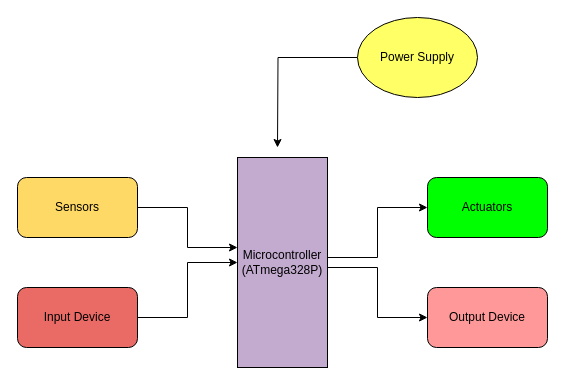
Before: Project/2_Design/Block Diagram.drawio in gauravyoyoyo/M2-EmbSys, a draw.io diagram. Source tidied: cells renumbered, new cells numbered last; positions are measured from the earlier drawing's top-left corner, leaving out a move shared by most shapes. Both pictures are drawn from the tidied source at 100%, with x=0, y=0 at pixel (17, 17).
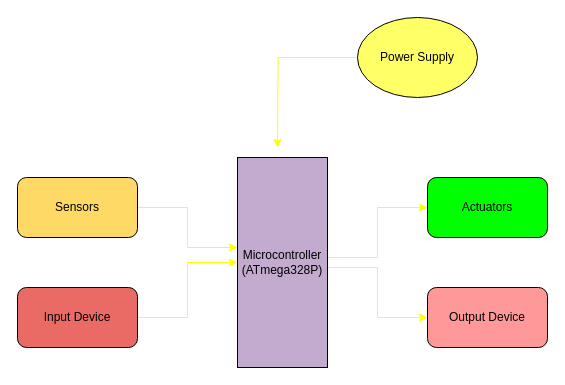
The same page after the edit.

Diff of the diagram source:
```diff
@@
 <mxGraphModel>
   <root>
     <mxCell id="0" />
     <mxCell id="1" parent="0" />
-    <mxCell id="2" style="edgeStyle=orthogonalEdgeStyle;rounded=0;jettySize=auto;html=1;" parent="1" edge="1" source="4" target="10">
+    <mxCell id="2" style="edgeStyle=orthogonalEdgeStyle;rounded=0;jettySize=auto;html=1;strokeColor=#FFFF00;" parent="1" edge="1" source="4" target="10">
       <mxGeometry relative="1" as="geometry">
         <Array as="points">
           <mxPoint x="360" y="250" />
           <mxPoint x="360" y="300" />
         </Array>
       </mxGeometry>
     </mxCell>
-    <mxCell id="3" style="edgeStyle=orthogonalEdgeStyle;rounded=0;jettySize=auto;html=1;entryX=0;entryY=0.5;entryDx=0;entryDy=0;" parent="1" edge="1" source="4" target="7">
+    <mxCell id="3" style="edgeStyle=orthogonalEdgeStyle;rounded=0;jettySize=auto;html=1;entryX=0;entryY=0.5;entryDx=0;entryDy=0;strokeColor=#FFFF00;" parent="1" edge="1" source="4" target="7">
       <mxGeometry relative="1" as="geometry">
         <Array as="points">
           <mxPoint x="360" y="240" />
           <mxPoint x="360" y="190" />
         </Array>
       </mxGeometry>
     </mxCell>
     <mxCell id="4" value="Microcontroller&lt;br&gt;(ATmega328P)" style="rounded=0;whiteSpace=wrap;html=1;direction=south;fillColor=#C3ABD0;" parent="1" vertex="1">
       <mxGeometry x="220" y="140" width="90" height="210" as="geometry" />
     </mxCell>
-    <mxCell id="5" style="edgeStyle=orthogonalEdgeStyle;rounded=0;jettySize=auto;html=1;" parent="1" edge="1" source="6" target="4">
+    <mxCell id="5" style="edgeStyle=orthogonalEdgeStyle;rounded=0;jettySize=auto;html=1;fillColor=#FFFF00;strokeColor=#FFFF00;" parent="1" edge="1" source="6" target="4">
       <mxGeometry relative="1" as="geometry">
         <Array as="points">
           <mxPoint x="170" y="190" />
           <mxPoint x="170" y="230" />
         </Array>
       </mxGeometry>
     </mxCell>
     <mxCell id="6" value="Sensors" style="rounded=1;whiteSpace=wrap;html=1;fillColor=#FFD966;" parent="1" vertex="1">
       <mxGeometry y="160" width="120" height="60" as="geometry" />
     </mxCell>
     <mxCell id="7" value="Actuators" style="rounded=1;whiteSpace=wrap;html=1;fillColor=#00FF00;" parent="1" vertex="1">
       <mxGeometry x="410" y="160" width="120" height="60" as="geometry" />
     </mxCell>
-    <mxCell id="8" style="edgeStyle=orthogonalEdgeStyle;rounded=0;jettySize=auto;html=1;" parent="1" edge="1" source="9" target="4">
+    <mxCell id="8" style="edgeStyle=orthogonalEdgeStyle;rounded=0;jettySize=auto;html=1;fillColor=#FFFFFF;strokeColor=#FFFF00;" parent="1" edge="1" source="9" target="4">
       <mxGeometry relative="1" as="geometry" />
     </mxCell>
     <mxCell id="9" value="Input Device" style="rounded=1;whiteSpace=wrap;html=1;fillColor=#EA6B66;" parent="1" vertex="1">
       <mxGeometry y="270" width="120" height="60" as="geometry" />
     </mxCell>
     <mxCell id="10" value="Output Device" style="rounded=1;whiteSpace=wrap;html=1;fillColor=#FF9999;" parent="1" vertex="1">
       <mxGeometry x="410" y="270" width="120" height="60" as="geometry" />
     </mxCell>
-    <mxCell id="11" style="edgeStyle=orthogonalEdgeStyle;rounded=0;jettySize=auto;html=1;" parent="1" edge="1" source="12">
+    <mxCell id="11" style="edgeStyle=orthogonalEdgeStyle;rounded=0;jettySize=auto;html=1;strokeColor=#FFFF00;" parent="1" edge="1" source="12">
       <mxGeometry relative="1" as="geometry">
         <mxPoint x="260" y="130" as="targetPoint" />
       </mxGeometry>
     </mxCell>
     <mxCell id="12" value="Power Supply" style="ellipse;whiteSpace=wrap;html=1;fillColor=#FFFF66;" parent="1" vertex="1">
       <mxGeometry x="340" width="120" height="80" as="geometry" />
     </mxCell>
   </root>
 </mxGraphModel>
```
